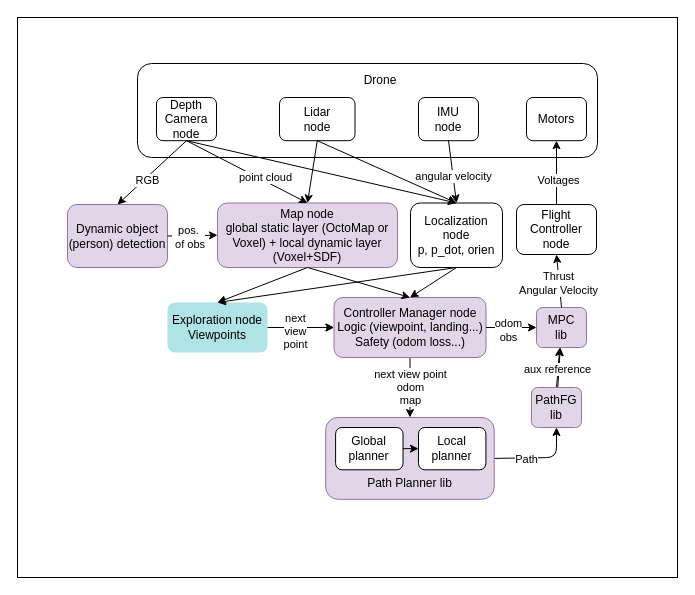
The draw.io diagram page "architecture" (1 of 3) of architecture.drawio in harryzhangzhx/drone_gazebo_Simulation_with_Vins_FUEL, before the edit. Source tidied: cells renumbered, new cells numbered last; positions are measured from the earlier drawing's top-left corner, leaving out a move shared by most shapes. Both pictures are drawn from the tidied source at 100%, with x=0, y=0 at pixel (17, 17).
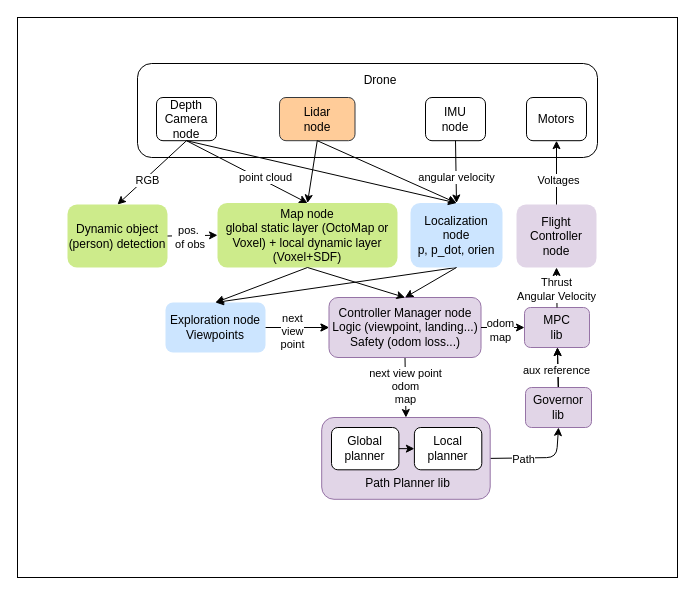
After the change.

The change refers to these unchanged cells:
```xml
<mxCell id="33" style="endArrow=classic;html=1;exitX=1;exitY=0.5;exitDx=0;exitDy=0;entryX=0;entryY=0.5;entryDx=0;entryDy=0;" parent="1" edge="1" source="29" target="10">
  <mxGeometry relative="1" as="geometry" />
</mxCell>
```

Change to the diagram source:
```diff
@@
     <mxCell id="4" value="IMU&lt;div&gt;node&lt;/div&gt;" style="rounded=1;whiteSpace=wrap;html=1;fontSize=12;flipH=1;" parent="1" vertex="1">
-      <mxGeometry x="401" y="80" width="60" height="43.2" as="geometry" />
+      <mxGeometry x="408" y="80" width="60" height="43.2" as="geometry" />
     </mxCell>
-    <mxCell id="5" value="Flight Controller&lt;div&gt;node&lt;/div&gt;" style="rounded=1;whiteSpace=wrap;html=1;fontSize=12;" parent="1" vertex="1">
-      <mxGeometry x="499" y="187" width="80" height="50" as="geometry" />
+    <mxCell id="5" value="Flight Controller&lt;div&gt;node&lt;/div&gt;" style="rounded=1;whiteSpace=wrap;html=1;fontSize=12;fillColor=#e1d5e7;strokeColor=none;" parent="1" vertex="1">
+      <mxGeometry x="499" y="187" width="80" height="63" as="geometry" />
     </mxCell>
@@
-    <mxCell id="9" value="PathFG&lt;div&gt;lib&lt;/div&gt;" style="rounded=1;whiteSpace=wrap;html=1;fontSize=12;fillColor=#e1d5e7;strokeColor=#9673a6;" parent="1" vertex="1">
-      <mxGeometry x="514" y="370" width="50" height="40" as="geometry" />
+    <mxCell id="9" value="Governor&lt;br&gt;&lt;div&gt;lib&lt;/div&gt;" style="rounded=1;whiteSpace=wrap;html=1;fontSize=12;fillColor=#e1d5e7;strokeColor=#9673a6;" parent="1" vertex="1">
+      <mxGeometry x="508" y="370" width="66" height="40" as="geometry" />
     </mxCell>
     <mxCell id="10" value="MPC&lt;div&gt;lib&lt;/div&gt;" style="rounded=1;whiteSpace=wrap;html=1;fontSize=12;fillColor=#e1d5e7;strokeColor=#9673a6;" parent="1" vertex="1">
-      <mxGeometry x="519" y="290" width="50" height="40" as="geometry" />
+      <mxGeometry x="507" y="290" width="65" height="40" as="geometry" />
     </mxCell>
@@
-    <mxCell id="21" value="Lidar&lt;div&gt;node&lt;/div&gt;" style="rounded=1;whiteSpace=wrap;html=1;fontSize=12;flipH=1;" parent="1" vertex="1">
+    <mxCell id="21" value="Lidar&lt;div&gt;node&lt;/div&gt;" style="rounded=1;whiteSpace=wrap;html=1;fontSize=12;flipH=1;fillColor=#ffcc99;strokeColor=#36393d;" parent="1" vertex="1">
       <mxGeometry x="262" y="80" width="75.5" height="43.2" as="geometry" />
     </mxCell>
@@
-    <mxCell id="28" value="Exploration node&lt;div&gt;&lt;span style=&quot;background-color: transparent;&quot;&gt;Viewpoints&lt;/span&gt;&lt;/div&gt;" style="rounded=1;whiteSpace=wrap;html=1;fontSize=12;fillColor=#b0e3e6;strokeColor=none;" parent="1" vertex="1">
-      <mxGeometry x="150" y="285" width="100" height="50" as="geometry" />
+    <mxCell id="28" value="Exploration node&lt;div&gt;&lt;span style=&quot;background-color: transparent;&quot;&gt;Viewpoints&lt;/span&gt;&lt;/div&gt;" style="rounded=1;whiteSpace=wrap;html=1;fontSize=12;fillColor=#cce5ff;strokeColor=none;" parent="1" vertex="1">
+      <mxGeometry x="148" y="285" width="100" height="50" as="geometry" />
     </mxCell>
     <mxCell id="29" value="Controller Manager node&lt;div&gt;Logic (viewpoint, landing...)&lt;/div&gt;&lt;div&gt;Safety (odom loss...)&lt;/div&gt;" style="rounded=1;whiteSpace=wrap;html=1;fontSize=12;fillColor=#e1d5e7;strokeColor=#9673a6;" parent="1" vertex="1">
-      <mxGeometry x="316.5" y="280" width="152" height="60" as="geometry" />
+      <mxGeometry x="311.5" y="280" width="152" height="60" as="geometry" />
     </mxCell>
@@
-    <mxCell id="34" value="odom&lt;div&gt;obs&lt;/div&gt;" style="edgeLabel;html=1;align=center;verticalAlign=middle;" parent="33" vertex="1">
+    <mxCell id="34" value="odom&lt;div&gt;map&lt;/div&gt;" style="edgeLabel;html=1;align=center;verticalAlign=middle;" parent="33" vertex="1">
       <mxGeometry x="-0.07" y="-2" relative="1" as="geometry">
         <mxPoint x="-1" as="offset" />
       </mxGeometry>
     </mxCell>
-    <mxCell id="35" value="Dynamic object (person) detection" style="rounded=1;whiteSpace=wrap;html=1;fontSize=12;fillColor=#e1d5e7;strokeColor=#9673a6;" parent="1" vertex="1">
+    <mxCell id="35" value="Dynamic object (person) detection" style="rounded=1;whiteSpace=wrap;html=1;fontSize=12;fillColor=#cdeb8b;strokeColor=none;" parent="1" vertex="1">
       <mxGeometry x="50" y="187" width="100" height="63" as="geometry" />
     </mxCell>
@@
-    <mxCell id="38" value="Map node&lt;div&gt;&lt;span style=&quot;background-color: transparent;&quot;&gt;global static layer (OctoMap or Voxel) + local dynamic layer (Voxel+SDF)&lt;/span&gt;&lt;/div&gt;" style="rounded=1;whiteSpace=wrap;html=1;fontSize=12;fillColor=#e1d5e7;strokeColor=#9673a6;" parent="1" vertex="1">
+    <mxCell id="38" value="Map node&lt;div&gt;&lt;span style=&quot;background-color: transparent;&quot;&gt;global static layer (OctoMap or Voxel) + local dynamic layer (Voxel+SDF)&lt;/span&gt;&lt;/div&gt;" style="rounded=1;whiteSpace=wrap;html=1;fontSize=12;fillColor=#cdeb8b;strokeColor=none;" parent="1" vertex="1">
       <mxGeometry x="200" y="185.5" width="180" height="64.5" as="geometry" />
     </mxCell>
-    <mxCell id="39" value="Localization node&lt;br&gt;&lt;div&gt;p, p_dot, orien&lt;/div&gt;" style="rounded=1;whiteSpace=wrap;html=1;fontSize=12;" parent="1" vertex="1">
+    <mxCell id="39" value="Localization node&lt;br&gt;&lt;div&gt;p, p_dot, orien&lt;/div&gt;" style="rounded=1;whiteSpace=wrap;html=1;fontSize=12;fillColor=#cce5ff;strokeColor=none;" parent="1" vertex="1">
       <mxGeometry x="393" y="185.5" width="92" height="64.5" as="geometry" />
     </mxCell>
@@
+    <mxCell id="53" style="group;" parent="1" vertex="1">
+      <mxGeometry x="304.2" y="400" width="168.5" height="81.8" as="geometry" />
+    </mxCell>
-    <mxCell id="48" style="rounded=1;whiteSpace=wrap;html=1;fontSize=12;fillColor=#e1d5e7;strokeColor=#9673a6;" parent="1" vertex="1">
-      <mxGeometry x="308.2" y="400" width="168.5" height="81.8" as="geometry" />
+    <mxCell id="48" style="rounded=1;whiteSpace=wrap;html=1;fontSize=12;fillColor=#e1d5e7;strokeColor=#9673a6;" parent="53" vertex="1">
+      <mxGeometry width="168.5" height="81.8" as="geometry" />
     </mxCell>
-    <mxCell id="49" value="Global planner" style="rounded=1;whiteSpace=wrap;html=1;fontSize=12;" parent="1" vertex="1">
-      <mxGeometry x="318.1" y="410" width="67.4" height="42.3" as="geometry" />
+    <mxCell id="49" value="Global planner" style="rounded=1;whiteSpace=wrap;html=1;fontSize=12;" parent="53" vertex="1">
+      <mxGeometry x="9.8" y="10" width="67.4" height="42.3" as="geometry" />
     </mxCell>
-    <mxCell id="50" value="Local planner" style="rounded=1;whiteSpace=wrap;html=1;fontSize=12;" parent="1" vertex="1">
-      <mxGeometry x="401" y="410" width="67.4" height="42.3" as="geometry" />
+    <mxCell id="50" value="Local planner" style="rounded=1;whiteSpace=wrap;html=1;fontSize=12;" parent="53" vertex="1">
+      <mxGeometry x="92.7" y="10" width="67.4" height="42.3" as="geometry" />
     </mxCell>
-    <mxCell id="51" value="Path Planner lib" style="rounded=1;whiteSpace=wrap;html=1;fontSize=12;strokeColor=none;fillColor=none;" parent="1" vertex="1">
-      <mxGeometry x="341.9" y="449.6" width="101.1" height="32.2" as="geometry" />
+    <mxCell id="51" value="Path Planner lib" style="rounded=1;whiteSpace=wrap;html=1;fontSize=12;strokeColor=none;fillColor=none;" parent="53" vertex="1">
+      <mxGeometry x="35.7" y="49.6" width="101.1" height="32.2" as="geometry" />
     </mxCell>
-    <mxCell id="52" style="endArrow=classic;html=1;exitX=1;exitY=0.5;exitDx=0;exitDy=0;entryX=0;entryY=0.5;entryDx=0;entryDy=0;" parent="1" edge="1" source="49" target="50">
+    <mxCell id="52" style="endArrow=classic;html=1;exitX=1;exitY=0.5;exitDx=0;exitDy=0;entryX=0;entryY=0.5;entryDx=0;entryDy=0;" parent="53" edge="1" source="49" target="50">
       <mxGeometry relative="1" as="geometry" />
     </mxCell>
```
